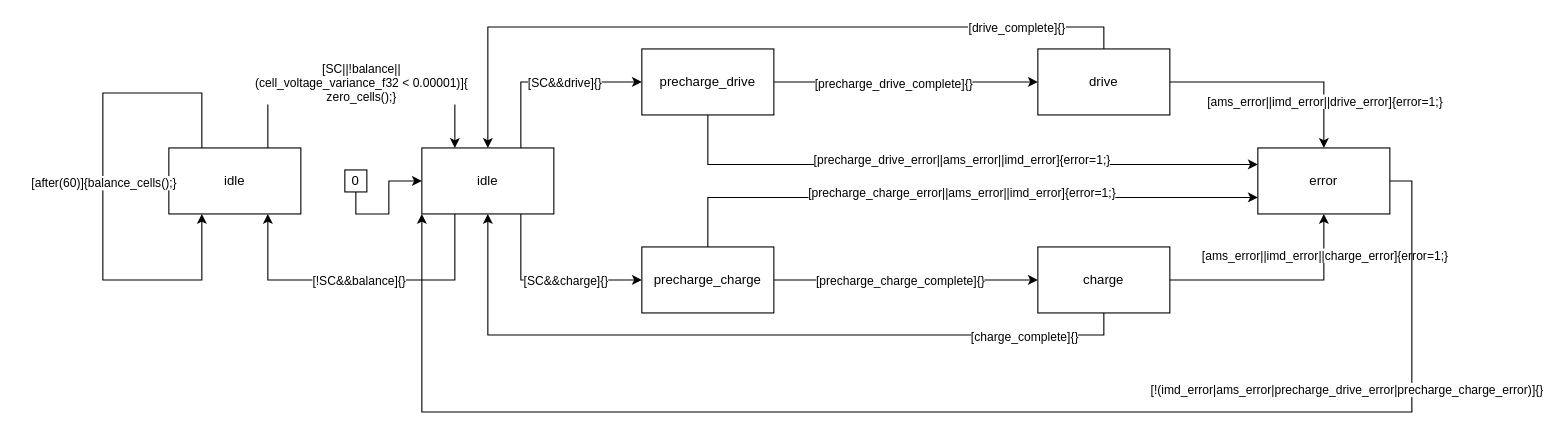
This is page "ams" (1 of 5) of xver/xsm/XML/graph.drawio from osceri/AMS-CC, a draw.io file, before an edit. Source tidied: cells renumbered, new cells numbered last; positions are measured from the earlier drawing's top-left corner, leaving out a move shared by most shapes. Both pictures are drawn from the tidied source at 110%, with x=0, y=0 at pixel (102, 48).
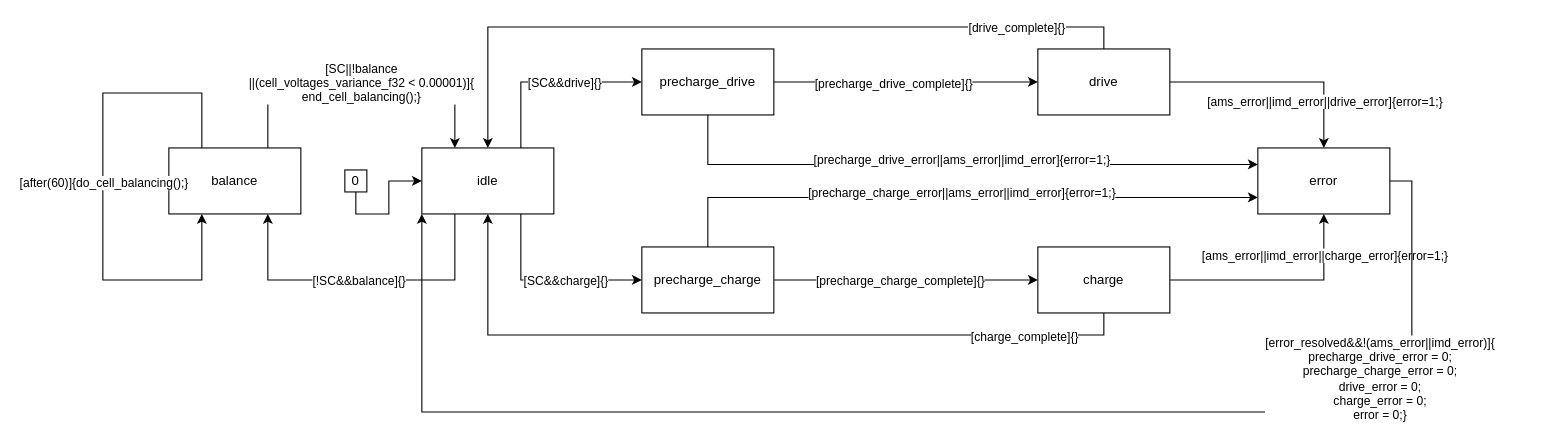
Above is the later version.

Unchanged cells that the change refers to:
```xml
<mxCell id="22" style="edgeStyle=orthogonalEdgeStyle;rounded=0;jettySize=auto;html=1;exitX=1;exitY=0.5;exitDx=0;exitDy=0;entryX=0;entryY=1;entryDx=0;entryDy=0;" parent="1" edge="1" source="24" target="31">
  <mxGeometry relative="1" as="geometry">
    <Array as="points">
      <mxPoint x="1190" y="120" />
      <mxPoint x="1190" y="330" />
      <mxPoint x="290" y="330" />
    </Array>
  </mxGeometry>
</mxCell>
<mxCell id="32" style="edgeStyle=orthogonalEdgeStyle;rounded=0;jettySize=auto;html=1;exitX=0.75;exitY=0;exitDx=0;exitDy=0;entryX=0.25;entryY=0;entryDx=0;entryDy=0;" parent="1" edge="1" source="34" target="31">
  <mxGeometry relative="1" as="geometry">
    <Array as="points">
      <mxPoint x="150" y="30" />
      <mxPoint x="320" y="30" />
    </Array>
  </mxGeometry>
</mxCell>
<mxCell id="37" style="edgeStyle=orthogonalEdgeStyle;rounded=0;orthogonalLoop=1;jettySize=auto;html=1;exitX=0.25;exitY=0;exitDx=0;exitDy=0;entryX=0.25;entryY=1;entryDx=0;entryDy=0;" parent="1" edge="1" source="34" target="34">
  <mxGeometry relative="1" as="geometry">
    <Array as="points">
      <mxPoint x="90" y="40" />
      <mxPoint y="40" />
      <mxPoint y="210" />
      <mxPoint x="90" y="210" />
    </Array>
  </mxGeometry>
</mxCell>
```

What changed in the source:
```diff
@@
-    <mxCell id="23" value="[!(imd_error|ams_error|precharge_drive_error|precharge_charge_error)]{}" style="edgeLabel;html=1;align=center;verticalAlign=middle;" parent="22" vertex="1">
+    <mxCell id="23" value="&lt;div&gt;[error_resolved&amp;amp;&amp;amp;!(ams_error||imd_error)]{&lt;/div&gt;&lt;div&gt;precharge_drive_error = 0;&lt;/div&gt;&lt;div&gt;precharge_charge_error = 0;&lt;/div&gt;&lt;div&gt;drive_error = 0;&lt;/div&gt;&lt;div&gt;charge_error = 0;&lt;/div&gt;&lt;div&gt;error = 0;}&lt;/div&gt;" style="edgeLabel;html=1;align=center;verticalAlign=middle;" parent="22" vertex="1">
       <mxGeometry x="-0.67" relative="1" as="geometry">
-        <mxPoint x="-60" y="-7" as="offset" />
+        <mxPoint x="-30" y="-17" as="offset" />
       </mxGeometry>
     </mxCell>
@@
-    <mxCell id="33" value="&lt;div&gt;[SC||!balance||&lt;/div&gt;&lt;div&gt;(cell_voltage_variance_f32 &amp;lt; 0.00001)]{&lt;/div&gt;&lt;div&gt;zero_cells();}&lt;/div&gt;" style="edgeLabel;html=1;align=center;verticalAlign=middle;" parent="32" vertex="1">
+    <mxCell id="33" value="&lt;div&gt;[SC||!balance&lt;/div&gt;&lt;div&gt;||(cell_voltages_variance_f32 &amp;lt; 0.00001)]{&lt;/div&gt;&lt;div&gt;end_cell_balancing();}&lt;/div&gt;" style="edgeLabel;html=1;align=center;verticalAlign=middle;" parent="32" vertex="1">
       <mxGeometry x="-0.01" relative="1" as="geometry" />
     </mxCell>
-    <mxCell id="34" value="idle" style="rounded=0;whiteSpace=wrap;html=1;" parent="1" vertex="1">
+    <mxCell id="34" value="balance" style="rounded=0;whiteSpace=wrap;html=1;" parent="1" vertex="1">
       <mxGeometry x="60" y="90" width="120" height="60" as="geometry" />
     </mxCell>
@@
-    <mxCell id="38" value="[after(60)]{balance_cells();}" style="edgeLabel;html=1;align=center;verticalAlign=middle;" parent="37" vertex="1">
+    <mxCell id="38" value="[after(60)]{do_cell_balancing();}" style="edgeLabel;html=1;align=center;verticalAlign=middle;" parent="37" vertex="1">
       <mxGeometry x="-0.04" relative="1" as="geometry" />
     </mxCell>
```
